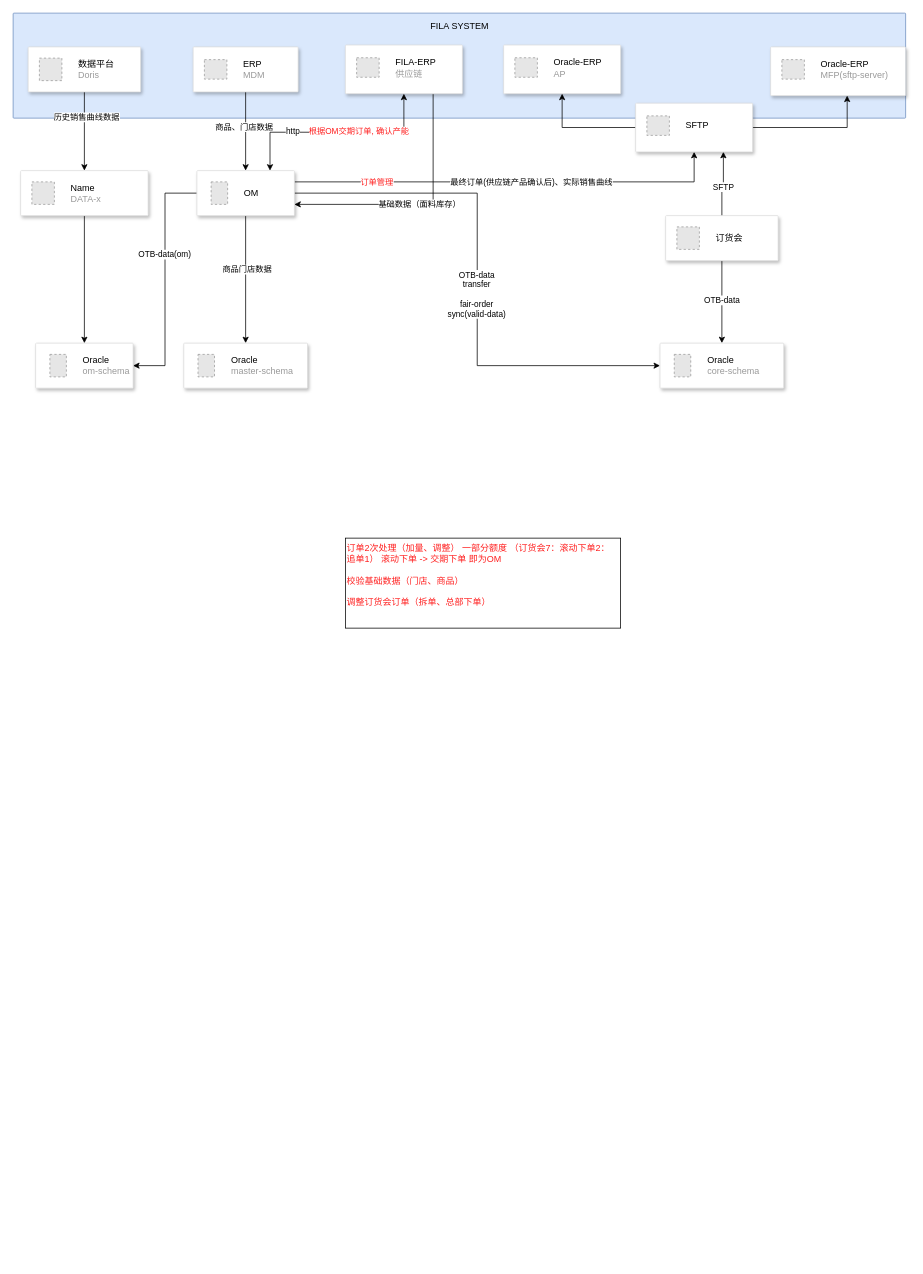
Above: FILA-OM-系统关系.drawio in tianyaxiangdong/drawio (draw.io), before the change. Source tidied: cells renumbered, new cells numbered last; positions are measured from the earlier drawing's top-left corner, leaving out a move shared by most shapes. Both pictures are drawn from the tidied source at 75%, with x=0, y=0 at pixel (13, 13). Pictures stored in the file or linked from it are replaced by grey dashed boxes.
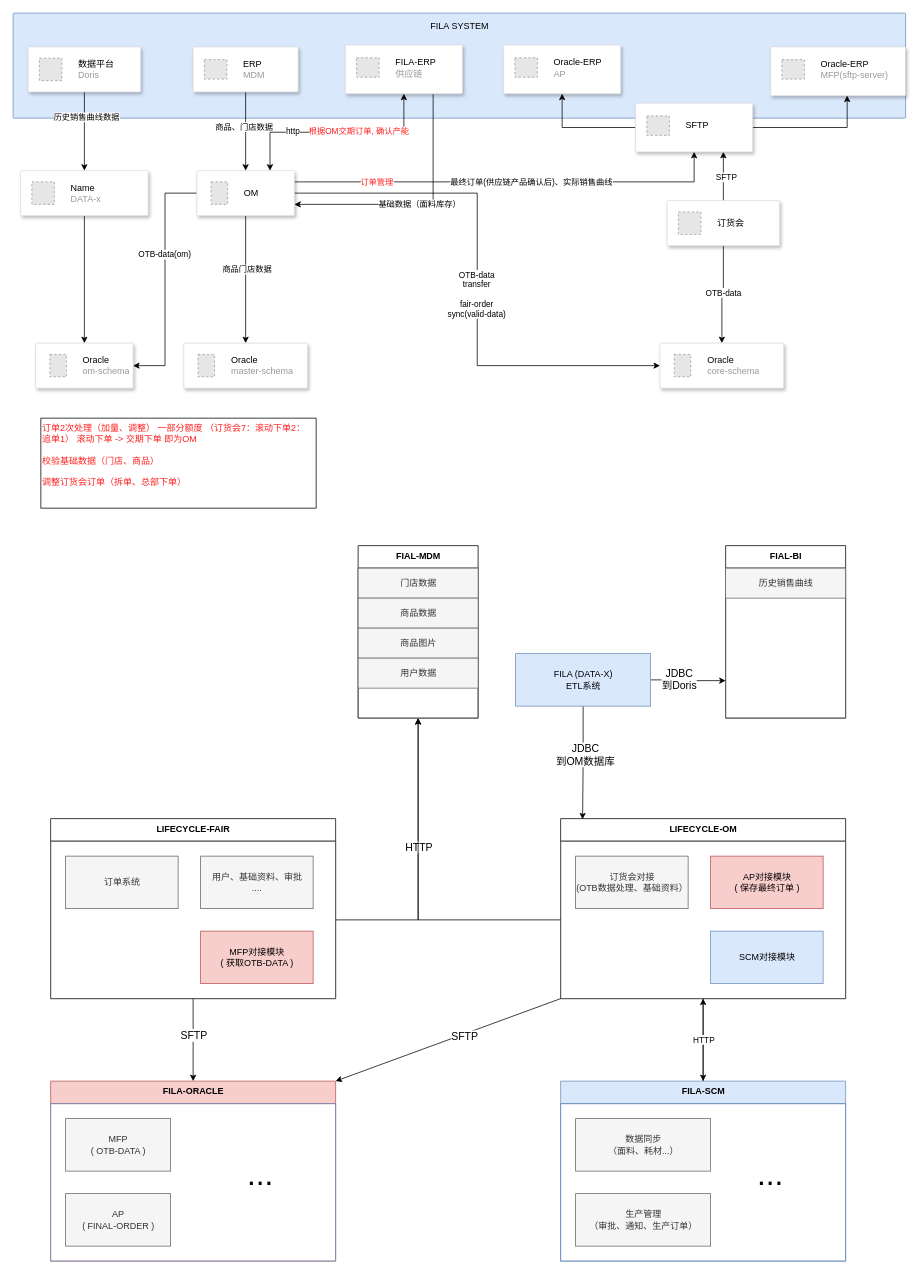
The same page after the edit.

What changed in the source:
```diff
@@
     <mxCell id="35" style="strokeColor=#dddddd;shadow=1;strokeWidth=1;rounded=1;absoluteArcSize=1;arcSize=2;labelBackgroundColor=none;" parent="1" vertex="1">
-      <mxGeometry x="870" y="270" width="150" height="60" as="geometry" />
+      <mxGeometry x="872" y="250" width="150" height="60" as="geometry" />
     </mxCell>
@@
     <mxCell id="45" value="订单2次处理（加量、调整） 一部分额度 （订货会7：滚动下单2： 追单1） 滚动下单 -&amp;gt; 交期下单 即为OM&lt;br&gt;&lt;br&gt;校验基础数据（门店、商品）&lt;br&gt;&lt;br&gt;调整订货会订单（拆单、总部下单）&lt;br&gt;&lt;br&gt;" style="rounded=0;whiteSpace=wrap;html=1;labelBackgroundColor=none;fontColor=#FF1F1F;align=left;verticalAlign=top;" parent="1" vertex="1">
-      <mxGeometry x="443" y="700" width="367" height="120" as="geometry" />
+      <mxGeometry x="37" y="540" width="367" height="120" as="geometry" />
     </mxCell>
@@
+    <mxCell id="52" value="FIAL-MDM" style="swimlane;fontStyle=1;align=center;verticalAlign=top;horizontal=1;startSize=30;html=1;" parent="1" vertex="1">
+      <mxGeometry x="460" y="710" width="160" height="230" as="geometry" />
+    </mxCell>
+    <mxCell id="53" style="swimlane;fontStyle=1;align=center;verticalAlign=top;horizontal=1;startSize=0;html=1;strokeColor=#666666;fillColor=#f5f5f5;fontColor=#333333;" parent="52" vertex="1">
+      <mxGeometry y="30" width="160" height="200" as="geometry" />
+    </mxCell>
+    <mxCell id="54" value="门店数据" style="html=1;align=center;verticalAlign=middle;fillColor=#f5f5f5;fontColor=#333333;strokeColor=#666666;" parent="53" vertex="1">
+      <mxGeometry width="160" height="40" relative="1" as="geometry" />
+    </mxCell>
+    <mxCell id="55" value="商品数据" style="html=1;align=center;verticalAlign=middle;fillColor=#f5f5f5;fontColor=#333333;strokeColor=#666666;" parent="53" vertex="1">
+      <mxGeometry y="40" width="160" height="40" as="geometry" />
+    </mxCell>
+    <mxCell id="56" value="商品图片" style="html=1;align=center;verticalAlign=middle;fillColor=#f5f5f5;fontColor=#333333;strokeColor=#666666;" parent="53" vertex="1">
+      <mxGeometry y="80" width="160" height="40" as="geometry" />
+    </mxCell>
+    <mxCell id="57" value="用户数据" style="html=1;align=center;verticalAlign=middle;fillColor=#f5f5f5;fontColor=#333333;strokeColor=#666666;" parent="53" vertex="1">
+      <mxGeometry y="120" width="160" height="40" as="geometry" />
+    </mxCell>
+    <mxCell id="58" value="FIAL-BI" style="swimlane;fontStyle=1;align=center;verticalAlign=top;horizontal=1;startSize=30;html=1;" parent="1" vertex="1">
+      <mxGeometry x="950" y="710" width="160" height="230" as="geometry" />
+    </mxCell>
+    <mxCell id="59" style="swimlane;fontStyle=1;align=center;verticalAlign=top;horizontal=1;startSize=0;html=1;strokeColor=#666666;fillColor=#f5f5f5;fontColor=#333333;" parent="58" vertex="1">
+      <mxGeometry y="30" width="160" height="200" as="geometry" />
+    </mxCell>
+    <mxCell id="60" value="历史销售曲线" style="html=1;align=center;verticalAlign=middle;fillColor=#f5f5f5;fontColor=#333333;strokeColor=#666666;" parent="59" vertex="1">
+      <mxGeometry width="160" height="40" relative="1" as="geometry" />
+    </mxCell>
+    <mxCell id="61" value="FILA-SCM" style="swimlane;fontStyle=1;align=center;verticalAlign=top;horizontal=1;startSize=30;html=1;fillColor=#dae8fc;strokeColor=#6c8ebf;" parent="1" vertex="1">
+      <mxGeometry x="730" y="1424" width="380" height="240" as="geometry" />
+    </mxCell>
+    <mxCell id="62" style="swimlane;fontStyle=1;align=center;verticalAlign=top;horizontal=1;startSize=0;html=1;strokeColor=#6c8ebf;fillColor=#dae8fc;" parent="61" vertex="1">
+      <mxGeometry y="30" width="380" height="210" as="geometry" />
+    </mxCell>
+    <mxCell id="63" value="数据同步&lt;br&gt;（面料、耗材...）" style="html=1;align=center;verticalAlign=middle;fillColor=#f5f5f5;fontColor=#333333;strokeColor=#666666;" parent="62" vertex="1">
+      <mxGeometry width="180" height="70" relative="1" as="geometry">
+        <mxPoint x="20" y="20" as="offset" />
+      </mxGeometry>
+    </mxCell>
+    <mxCell id="64" value="生产管理&lt;br&gt;（审批、通知、生产订单）" style="html=1;align=center;verticalAlign=middle;fillColor=#f5f5f5;fontColor=#333333;strokeColor=#666666;" parent="62" vertex="1">
+      <mxGeometry x="20" y="120" width="180" height="70" as="geometry" />
+    </mxCell>
+    <mxCell id="65" value="..." style="text;html=1;strokeColor=none;fillColor=none;align=center;verticalAlign=middle;whiteSpace=wrap;rounded=0;fontSize=42;" parent="62" vertex="1">
+      <mxGeometry x="250" y="80" width="60" height="30" as="geometry" />
+    </mxCell>
+    <mxCell id="66" value="LIFECYCLE-OM" style="swimlane;fontStyle=1;align=center;verticalAlign=top;horizontal=1;startSize=30;html=1;" parent="1" vertex="1">
+      <mxGeometry x="730" y="1074" width="380" height="240" as="geometry" />
+    </mxCell>
+    <mxCell id="67" style="swimlane;fontStyle=1;align=center;verticalAlign=top;horizontal=1;startSize=0;html=1;strokeColor=#666666;fillColor=#f5f5f5;fontColor=#333333;" parent="66" vertex="1">
+      <mxGeometry y="30" width="380" height="210" as="geometry" />
+    </mxCell>
+    <mxCell id="68" value="SCM对接模块" style="html=1;align=center;verticalAlign=middle;fillColor=#dae8fc;strokeColor=#6c8ebf;" parent="67" vertex="1">
+      <mxGeometry x="200" y="120" width="150" height="70" as="geometry" />
+    </mxCell>
+    <mxCell id="69" value="AP对接模块&lt;br&gt;( 保存最终订单 )" style="html=1;align=center;verticalAlign=middle;fillColor=#f8cecc;strokeColor=#b85450;" parent="67" vertex="1">
+      <mxGeometry x="200" y="20" width="150" height="70" as="geometry" />
+    </mxCell>
+    <mxCell id="70" value="订货会对接&lt;br&gt;(OTB数据处理、基础资料）" style="html=1;align=center;verticalAlign=middle;fillColor=#f5f5f5;strokeColor=#666666;fontColor=#333333;" parent="67" vertex="1">
+      <mxGeometry x="20" y="20" width="150" height="70" as="geometry" />
+    </mxCell>
+    <mxCell id="71" style="edgeStyle=orthogonalEdgeStyle;rounded=0;jettySize=auto;html=1;exitX=0.5;exitY=0;exitDx=0;exitDy=0;entryX=0.5;entryY=1;entryDx=0;entryDy=0;" parent="1" edge="1" source="61" target="67">
+      <mxGeometry relative="1" as="geometry" />
+    </mxCell>
+    <mxCell id="72" style="edgeStyle=orthogonalEdgeStyle;rounded=0;jettySize=auto;html=1;exitX=0.5;exitY=1;exitDx=0;exitDy=0;entryX=0.5;entryY=0;entryDx=0;entryDy=0;" parent="1" edge="1" source="67" target="61">
+      <mxGeometry relative="1" as="geometry" />
+    </mxCell>
+    <mxCell id="73" value="HTTP" style="edgeLabel;html=1;align=center;verticalAlign=middle;" parent="72" vertex="1">
+      <mxGeometry x="-0.01" relative="1" as="geometry" />
+    </mxCell>
+    <mxCell id="74" value="FILA-ORACLE" style="swimlane;fontStyle=1;align=center;verticalAlign=top;horizontal=1;startSize=30;html=1;fillColor=#f8cecc;strokeColor=#b85450;" parent="1" vertex="1">
+      <mxGeometry x="50" y="1424" width="380" height="240" as="geometry" />
+    </mxCell>
+    <mxCell id="75" style="swimlane;fontStyle=1;align=center;verticalAlign=top;horizontal=1;startSize=0;html=1;strokeColor=#6c8ebf;fillColor=#dae8fc;" parent="74" vertex="1">
+      <mxGeometry y="30" width="380" height="210" as="geometry" />
+    </mxCell>
+    <mxCell id="76" value="MFP&lt;br&gt;( OTB-DATA )" style="html=1;align=center;verticalAlign=middle;fillColor=#f5f5f5;fontColor=#333333;strokeColor=#666666;" parent="75" vertex="1">
+      <mxGeometry width="140" height="70" relative="1" as="geometry">
+        <mxPoint x="20" y="20" as="offset" />
+      </mxGeometry>
+    </mxCell>
+    <mxCell id="77" value="AP&lt;br&gt;( FINAL-ORDER )" style="html=1;align=center;verticalAlign=middle;fillColor=#f5f5f5;fontColor=#333333;strokeColor=#666666;" parent="75" vertex="1">
+      <mxGeometry x="20" y="120" width="140" height="70" as="geometry" />
+    </mxCell>
+    <mxCell id="78" value="..." style="text;html=1;strokeColor=none;fillColor=none;align=center;verticalAlign=middle;whiteSpace=wrap;rounded=0;fontSize=42;" parent="75" vertex="1">
+      <mxGeometry x="250" y="80" width="60" height="30" as="geometry" />
+    </mxCell>
+    <mxCell id="79" style="rounded=0;jettySize=auto;html=1;exitX=0;exitY=1;exitDx=0;exitDy=0;fontSize=42;entryX=1;entryY=0;entryDx=0;entryDy=0;" parent="1" edge="1" source="67" target="74">
+      <mxGeometry relative="1" as="geometry" />
+    </mxCell>
+    <mxCell id="80" value="SFTP" style="edgeLabel;html=1;align=center;verticalAlign=middle;fontSize=14;" parent="79" vertex="1">
+      <mxGeometry x="-0.17" y="5" relative="1" as="geometry">
+        <mxPoint x="-5" as="offset" />
+      </mxGeometry>
+    </mxCell>
+    <mxCell id="81" style="edgeStyle=orthogonalEdgeStyle;rounded=0;jettySize=auto;html=1;exitX=1;exitY=0.5;exitDx=0;exitDy=0;entryX=0.5;entryY=1;entryDx=0;entryDy=0;fontSize=14;" parent="1" edge="1" source="84" target="53">
+      <mxGeometry relative="1" as="geometry" />
+    </mxCell>
+    <mxCell id="82" value="HTTP" style="edgeLabel;html=1;align=center;verticalAlign=middle;fontSize=14;" parent="81" vertex="1">
+      <mxGeometry x="0.1" relative="1" as="geometry" />
+    </mxCell>
+    <mxCell id="83" value="LIFECYCLE-FAIR" style="swimlane;fontStyle=1;align=center;verticalAlign=top;horizontal=1;startSize=30;html=1;" parent="1" vertex="1">
+      <mxGeometry x="50" y="1074" width="380" height="240" as="geometry" />
+    </mxCell>
+    <mxCell id="84" style="swimlane;fontStyle=1;align=center;verticalAlign=top;horizontal=1;startSize=0;html=1;strokeColor=#666666;fillColor=#f5f5f5;fontColor=#333333;" parent="83" vertex="1">
+      <mxGeometry y="30" width="380" height="210" as="geometry" />
+    </mxCell>
+    <mxCell id="85" value="MFP对接模块&lt;br&gt;( 获取OTB-DATA )" style="html=1;align=center;verticalAlign=middle;fillColor=#f8cecc;strokeColor=#b85450;" parent="84" vertex="1">
+      <mxGeometry x="200" y="120" width="150" height="70" as="geometry" />
+    </mxCell>
+    <mxCell id="86" value="订单系统" style="html=1;align=center;verticalAlign=middle;fillColor=#f5f5f5;fontColor=#333333;strokeColor=#666666;" parent="84" vertex="1">
+      <mxGeometry x="20" y="20" width="150" height="70" as="geometry" />
+    </mxCell>
+    <mxCell id="87" value="用户、基础资料、审批&lt;br&gt;...." style="html=1;align=center;verticalAlign=middle;fillColor=#f5f5f5;fontColor=#333333;strokeColor=#666666;" parent="84" vertex="1">
+      <mxGeometry x="200" y="20" width="150" height="70" as="geometry" />
+    </mxCell>
+    <mxCell id="88" style="edgeStyle=orthogonalEdgeStyle;rounded=0;jettySize=auto;html=1;exitX=0.5;exitY=1;exitDx=0;exitDy=0;fontSize=14;" parent="1" edge="1" source="84" target="74">
+      <mxGeometry relative="1" as="geometry" />
+    </mxCell>
+    <mxCell id="89" value="SFTP" style="edgeLabel;html=1;align=center;verticalAlign=middle;fontSize=14;" parent="88" vertex="1">
+      <mxGeometry x="-0.5" y="1" relative="1" as="geometry">
+        <mxPoint x="-1" y="20" as="offset" />
+      </mxGeometry>
+    </mxCell>
+    <mxCell id="90" style="edgeStyle=orthogonalEdgeStyle;rounded=0;jettySize=auto;html=1;exitX=0.5;exitY=1;exitDx=0;exitDy=0;entryX=0.077;entryY=0.004;entryDx=0;entryDy=0;fontSize=14;entryPerimeter=0;" parent="1" edge="1" source="94" target="66">
+      <mxGeometry relative="1" as="geometry" />
+    </mxCell>
+    <mxCell id="91" value="JDBC&lt;br&gt;到OM数据库" style="edgeLabel;html=1;align=center;verticalAlign=middle;fontSize=14;" parent="90" vertex="1">
+      <mxGeometry x="-0.15" y="2" relative="1" as="geometry" />
+    </mxCell>
+    <mxCell id="92" style="edgeStyle=orthogonalEdgeStyle;rounded=0;jettySize=auto;html=1;exitX=1;exitY=0.5;exitDx=0;exitDy=0;entryX=0;entryY=0.75;entryDx=0;entryDy=0;fontSize=14;" parent="1" edge="1" source="94" target="59">
+      <mxGeometry relative="1" as="geometry" />
+    </mxCell>
+    <mxCell id="93" value="JDBC&lt;br&gt;到Doris" style="edgeLabel;html=1;align=center;verticalAlign=middle;fontSize=14;" parent="92" vertex="1">
+      <mxGeometry x="-0.27" y="2" relative="1" as="geometry" />
+    </mxCell>
+    <mxCell id="94" value="FILA (DATA-X)&lt;br&gt;ETL系统" style="html=1;align=center;verticalAlign=middle;fillColor=#dae8fc;strokeColor=#6c8ebf;" parent="1" vertex="1">
+      <mxGeometry x="670" y="854" width="180" height="70" as="geometry" />
+    </mxCell>
+    <mxCell id="95" style="edgeStyle=orthogonalEdgeStyle;rounded=0;jettySize=auto;html=1;exitX=0;exitY=0.5;exitDx=0;exitDy=0;entryX=0.5;entryY=1;entryDx=0;entryDy=0;fontSize=14;" parent="1" edge="1" source="67" target="53">
+      <mxGeometry relative="1" as="geometry" />
+    </mxCell>
```
